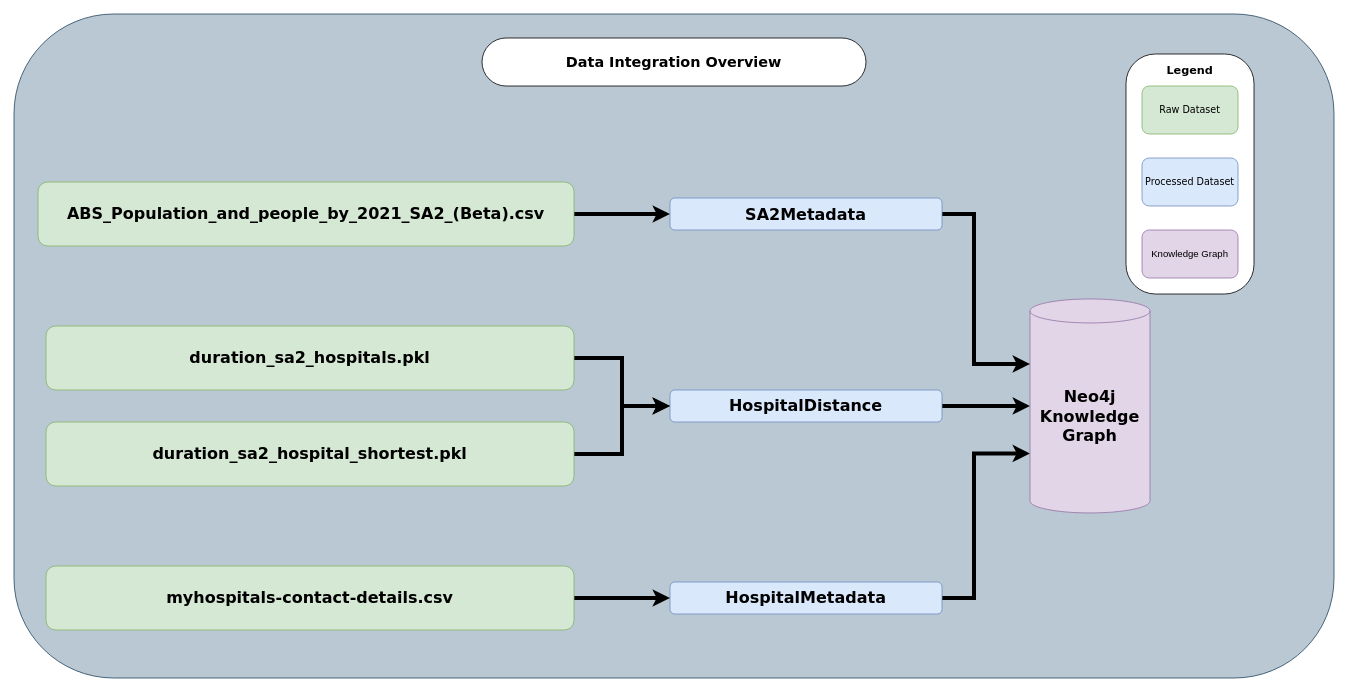
Earlier version of the draw.io diagram page "Overview" (1 of 8) of data/drawio_overview.drawio (NielsvBeuningen/knowledge-engineering). Source tidied: cells renumbered, new cells numbered last; positions are measured from the earlier drawing's top-left corner, leaving out a move shared by most shapes. Both pictures are drawn from the tidied source at 80%, with x=0, y=0 at pixel (14, 14).
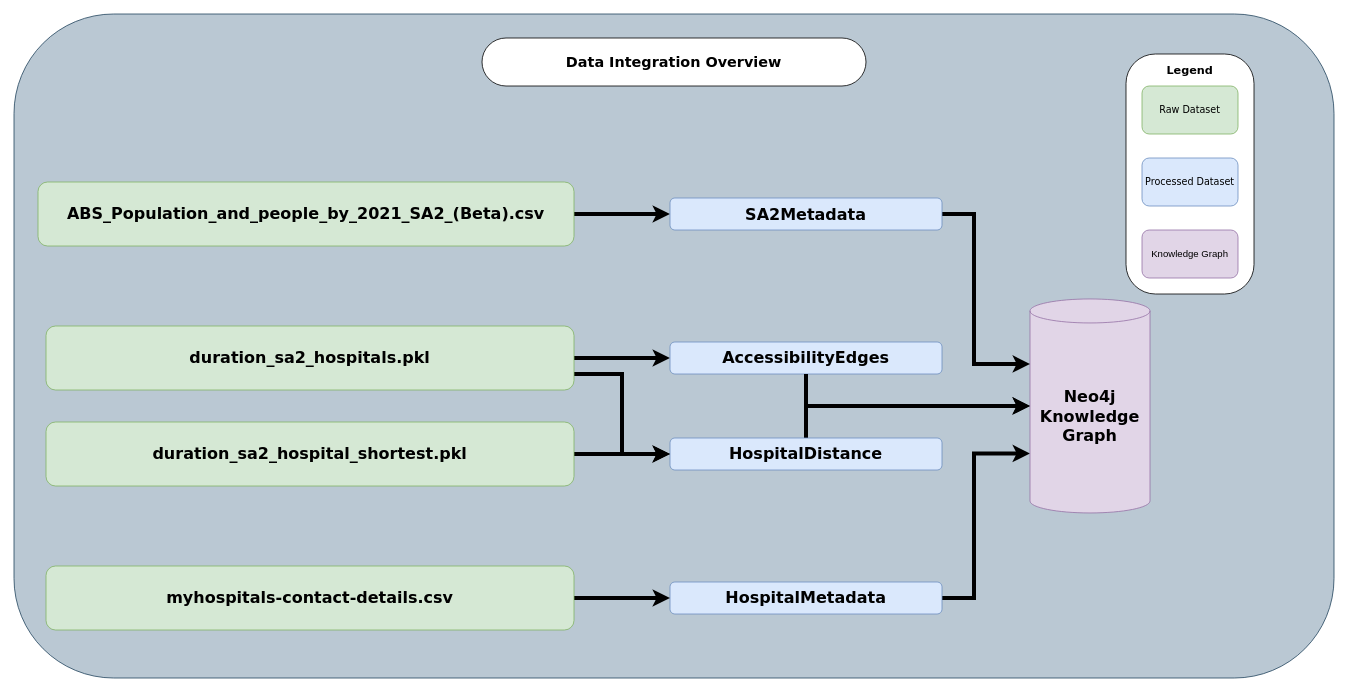
The same diagram, later.

Unchanged cells that the change refers to:
```xml
<mxCell id="10" value="&lt;h3 style=&quot;font-family: verdana; font-size: 20px; line-height: 19px;&quot;&gt;duration_sa2_hospitals.pkl&lt;/h3&gt;" style="rounded=1;whiteSpace=wrap;html=1;fillColor=#d5e8d4;strokeColor=#82b366;fontSize=20;" parent="1" vertex="1">
  <mxGeometry x="40" y="390" width="660" height="80" as="geometry" />
</mxCell>
<mxCell id="13" value="&lt;h3 style=&quot;font-size: 20px;&quot;&gt;&lt;font face=&quot;Verdana&quot; style=&quot;font-size: 20px;&quot;&gt;Neo4j Knowledge Graph&lt;/font&gt;&lt;/h3&gt;" style="shape=cylinder3;whiteSpace=wrap;html=1;boundedLbl=1;backgroundOutline=1;size=15;fillColor=#e1d5e7;strokeColor=#9673a6;fontSize=20;" parent="1" vertex="1">
  <mxGeometry x="1270" y="356.2" width="150" height="267.5" as="geometry" />
</mxCell>
```

Diff of the diagram source:
```diff
@@
     <mxCell id="5" style="edgeStyle=orthogonalEdgeStyle;rounded=0;jettySize=auto;html=1;entryX=0;entryY=0.5;entryDx=0;entryDy=0;entryPerimeter=0;strokeWidth=5;fontFamily=Verdana;fontColor=#000000;fontSize=20;" parent="1" edge="1" source="6" target="13">
-      <mxGeometry relative="1" as="geometry" />
+      <mxGeometry relative="1" as="geometry">
+        <Array as="points">
+          <mxPoint x="990" y="490" />
+        </Array>
+      </mxGeometry>
     </mxCell>
     <mxCell id="6" value="&lt;h3 style=&quot;font-family: helvetica; font-size: 20px; line-height: 19px;&quot;&gt;&lt;font face=&quot;Verdana&quot; style=&quot;font-size: 20px;&quot;&gt;HospitalDistance&lt;/font&gt;&lt;/h3&gt;" style="rounded=1;whiteSpace=wrap;html=1;fillColor=#dae8fc;strokeColor=#6c8ebf;fontSize=20;" parent="1" vertex="1">
-      <mxGeometry x="820" y="470" width="340" height="40" as="geometry" />
+      <mxGeometry x="820" y="530" width="340" height="40" as="geometry" />
     </mxCell>
@@
-    <mxCell id="9" style="edgeStyle=orthogonalEdgeStyle;rounded=0;jettySize=auto;html=1;entryX=0;entryY=0.5;entryDx=0;entryDy=0;strokeWidth=5;fontFamily=Verdana;fontColor=#000000;fontSize=20;" parent="1" edge="1" source="10" target="6">
+    <mxCell id="9" style="edgeStyle=orthogonalEdgeStyle;rounded=0;jettySize=auto;html=1;entryX=0;entryY=0.5;entryDx=0;entryDy=0;strokeWidth=5;fontFamily=Verdana;fontColor=#000000;fontSize=20;exitX=1;exitY=0.75;exitDx=0;exitDy=0;" parent="1" edge="1" source="10" target="6">
       <mxGeometry relative="1" as="geometry" />
     </mxCell>
+    <mxCell id="24" style="edgeStyle=orthogonalEdgeStyle;rounded=0;jettySize=auto;html=1;exitX=1;exitY=0.5;exitDx=0;exitDy=0;entryX=0;entryY=0.5;entryDx=0;entryDy=0;strokeWidth=5;" parent="1" edge="1" source="10" target="25">
+      <mxGeometry relative="1" as="geometry" />
+    </mxCell>
@@
+    <mxCell id="25" value="&lt;h3 style=&quot;font-family: helvetica; font-size: 20px; line-height: 19px;&quot;&gt;&lt;font face=&quot;Verdana&quot; style=&quot;font-size: 20px;&quot;&gt;AccessibilityEdges&lt;/font&gt;&lt;/h3&gt;" style="rounded=1;whiteSpace=wrap;html=1;fillColor=#dae8fc;strokeColor=#6c8ebf;fontSize=20;" parent="1" vertex="1">
+      <mxGeometry x="820" y="410" width="340" height="40" as="geometry" />
+    </mxCell>
+    <mxCell id="26" style="edgeStyle=orthogonalEdgeStyle;rounded=0;jettySize=auto;html=1;entryX=0;entryY=0.5;entryDx=0;entryDy=0;entryPerimeter=0;strokeWidth=5;" parent="1" edge="1" source="25" target="13">
+      <mxGeometry relative="1" as="geometry">
+        <Array as="points">
+          <mxPoint x="990" y="490" />
+        </Array>
+      </mxGeometry>
+    </mxCell>
```
